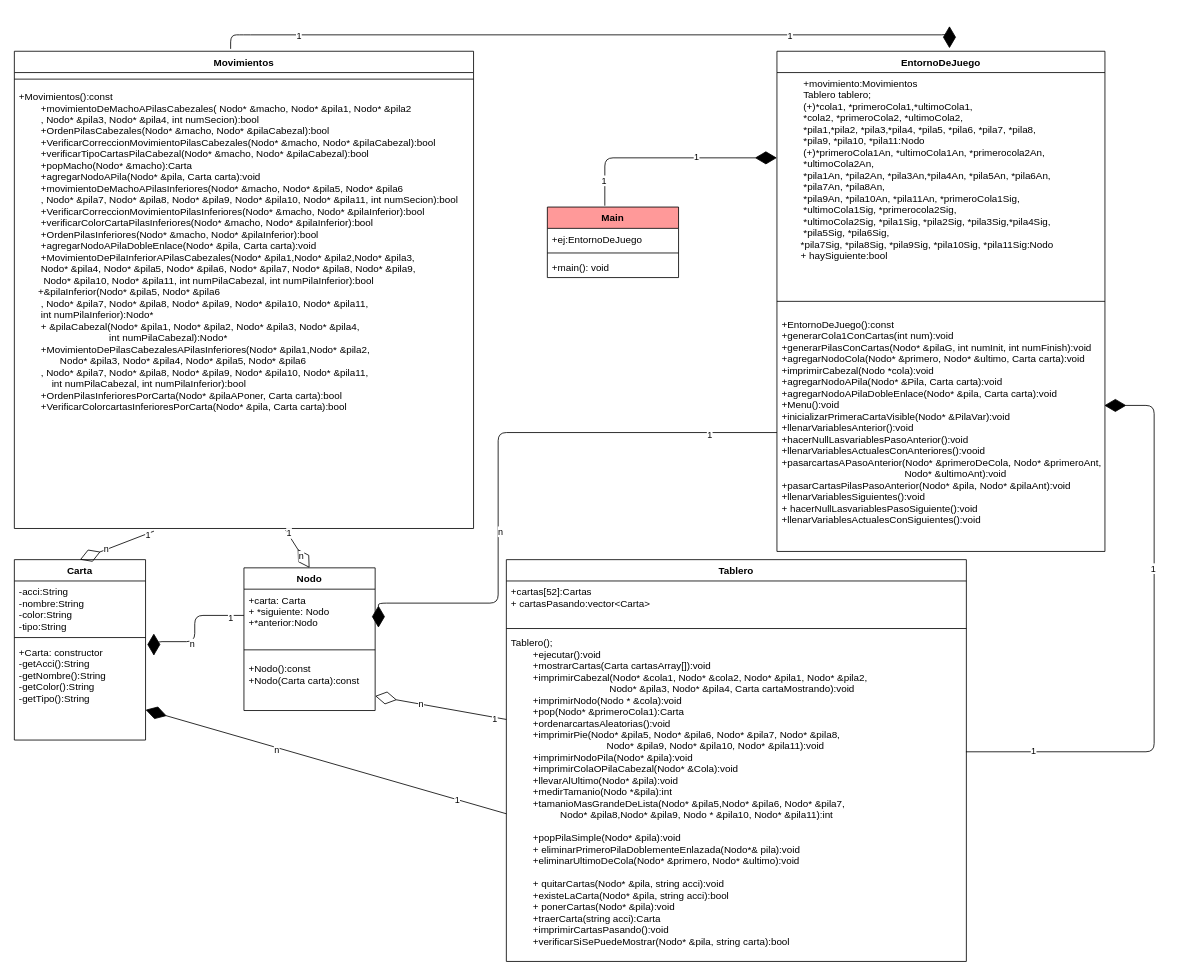
Before: Manual Tecnico/Diagrama de clases solitario.drawio in EilerGomez/SolitarioLabEdd1erS2024, a draw.io diagram. Source tidied: cells renumbered, new cells numbered last; positions are measured from the earlier drawing's top-left corner, leaving out a move shared by most shapes. Both pictures are drawn from the tidied source at 82%, with x=0, y=0 at pixel (14, 34).
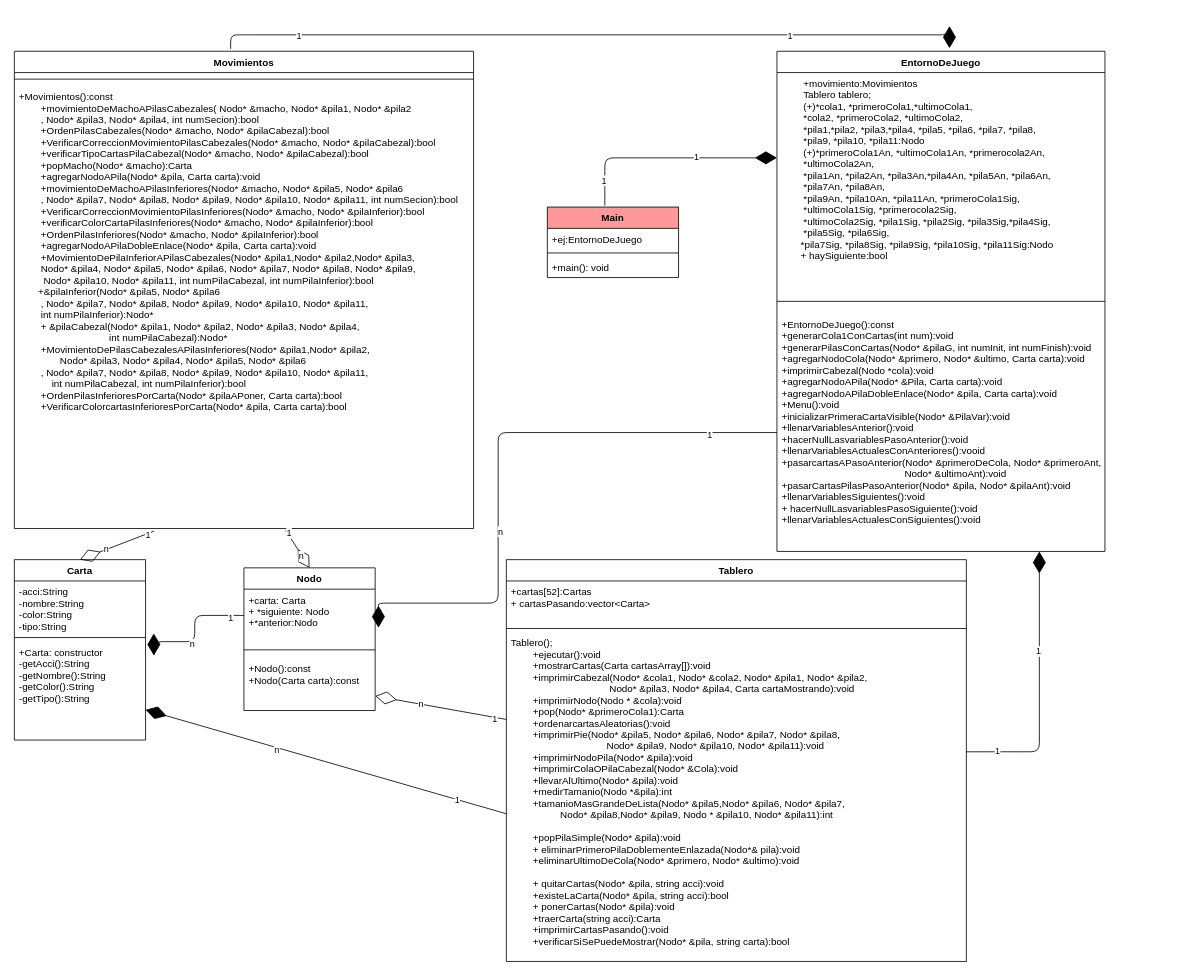
The same diagram, later.

Commit message (it also covers changes not shown here):
arreglando errores 2 (del diagrama de clases)

The change refers to these unchanged cells:
```xml
<mxCell id="9" value="Tablero();&#10;        +ejecutar():void&#10;        +mostrarCartas(Carta cartasArray[]):void&#10;        +imprimirCabezal(Nodo* &amp;cola1, Nodo* &amp;cola2, Nodo* &amp;pila1, Nodo* &amp;pila2, &#10;                                    Nodo* &amp;pila3, Nodo* &amp;pila4, Carta cartaMostrando):void&#10;        +imprimirNodo(Nodo * &amp;cola):void&#10;        +pop(Nodo* &amp;primeroCola1):Carta&#10;        +ordenarcartasAleatorias():void&#10;        +imprimirPie(Nodo* &amp;pila5, Nodo* &amp;pila6, Nodo* &amp;pila7, Nodo* &amp;pila8, &#10;                                   Nodo* &amp;pila9, Nodo* &amp;pila10, Nodo* &amp;pila11):void&#10;        +imprimirNodoPila(Nodo* &amp;pila):void&#10;        +imprimirColaOPilaCabezal(Nodo* &amp;Cola):void&#10;        +llevarAlUltimo(Nodo* &amp;pila):void&#10;        +medirTamanio(Nodo *&amp;pila):int&#10;        +tamanioMasGrandeDeLista(Nodo* &amp;pila5,Nodo* &amp;pila6, Nodo* &amp;pila7, &#10;                  Nodo* &amp;pila8,Nodo* &amp;pila9, Nodo * &amp;pila10, Nodo* &amp;pila11):int&#10;        &#10;        +popPilaSimple(Nodo* &amp;pila):void&#10;        + eliminarPrimeroPilaDoblementeEnlazada(Nodo*&amp; pila):void&#10;        +eliminarUltimoDeCola(Nodo* &amp;primero, Nodo* &amp;ultimo):void&#10;&#10;        + quitarCartas(Nodo* &amp;pila, string acci):void&#10;        +existeLaCarta(Nodo* &amp;pila, string acci):bool&#10;        + ponerCartas(Nodo* &amp;pila):void&#10;        +traerCarta(string acci):Carta&#10;        +imprimirCartasPasando():void&#10;        +verificarSiSePuedeMostrar(Nodo* &amp;pila, string carta):bool" style="text;strokeColor=none;fillColor=none;align=left;verticalAlign=top;spacingLeft=4;spacingRight=4;overflow=hidden;points=[[0,0.5],[1,0.5]];portConstraint=eastwest;" parent="6" vertex="1">
  <mxGeometry y="88" width="561" height="402" as="geometry" />
</mxCell>
<mxCell id="24" value="+EntornoDeJuego():const&#10;+generarCola1ConCartas(int num):void&#10;+generarPilasConCartas(Nodo* &amp;pilaG, int numInit, int numFinish):void&#10;+agregarNodoCola(Nodo* &amp;primero, Nodo* &amp;ultimo, Carta carta):void&#10;+imprimirCabezal(Nodo *cola):void&#10;+agregarNodoAPila(Nodo* &amp;Pila, Carta carta):void&#10;+agregarNodoAPilaDobleEnlace(Nodo* &amp;pila, Carta carta):void&#10;+Menu():void&#10;+inicializarPrimeraCartaVisible(Nodo* &amp;PilaVar):void&#10;+llenarVariablesAnterior():void&#10;+hacerNullLasvariablesPasoAnterior():void&#10;+llenarVariablesActualesConAnteriores():vooid&#10;+pasarcartasAPasoAnterior(Nodo* &amp;primeroDeCola, Nodo* &amp;primeroAnt, &#10;                                             Nodo* &amp;ultimoAnt):void&#10;+pasarCartasPilasPasoAnterior(Nodo* &amp;pila, Nodo* &amp;pilaAnt):void&#10;+llenarVariablesSiguientes():void&#10;+ hacerNullLasvariablesPasoSiguiente():void&#10;+llenarVariablesActualesConSiguientes():void&#10;            " style="text;strokeColor=none;fillColor=none;align=left;verticalAlign=top;spacingLeft=4;spacingRight=4;overflow=hidden;points=[[0,0.5],[1,0.5]];portConstraint=eastwest;" parent="21" vertex="1">
  <mxGeometry y="320" width="400" height="290" as="geometry" />
</mxCell>
```

Diff of the diagram source:
```diff
@@
-    <mxCell id="31" style="endArrow=diamondThin;endFill=1;endSize=24;html=1;edgeStyle=orthogonalEdgeStyle;exitX=0.999;exitY=0.364;exitDx=0;exitDy=0;exitPerimeter=0;entryX=0.998;entryY=0.386;entryDx=0;entryDy=0;entryPerimeter=0;" parent="1" edge="1" source="9" target="24">
+    <mxCell id="31" style="endArrow=diamondThin;endFill=1;endSize=24;html=1;edgeStyle=orthogonalEdgeStyle;exitX=0.999;exitY=0.364;exitDx=0;exitDy=0;exitPerimeter=0;" parent="1" edge="1" source="9" target="24">
       <mxGeometry relative="1" as="geometry">
         <Array as="points">
-          <mxPoint x="1390" y="874" />
-          <mxPoint x="1390" y="452" />
+          <mxPoint x="1250" y="874" />
         </Array>
       </mxGeometry>
     </mxCell>
```
